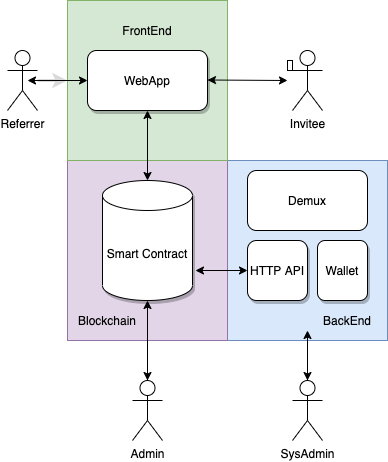
This is docs/img/services.png from edenia/proton-affiliate, a draw.io export, as it was before one commit. Source tidied: cells renumbered, new cells last; positions are measured from the earlier drawing's top-left corner, leaving out a move shared by most shapes.
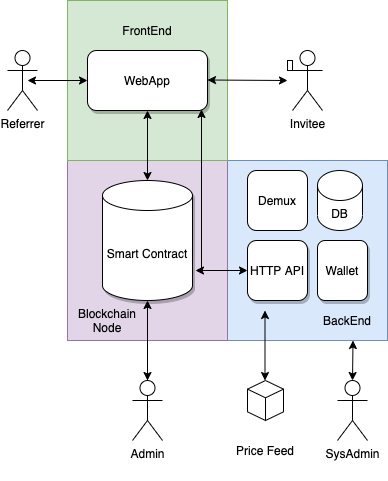
Later version of the same file.

What changed in the source:
```diff
@@ -2,9 +2,6 @@
   <root>
     <mxCell id="0" />
     <mxCell id="1" parent="0" />
-    <mxCell id="2" style="edgeStyle=orthogonalEdgeStyle;rounded=0;jettySize=auto;html=1;" parent="1" edge="1" source="3" target="23">
-      <mxGeometry relative="1" as="geometry" />
-    </mxCell>
     <mxCell id="3" style="rounded=0;whiteSpace=wrap;html=1;shadow=0;glass=0;sketch=0;fillColor=#dae8fc;strokeColor=#6c8ebf;" parent="1" vertex="1">
       <mxGeometry x="220" y="160" width="160" height="180" as="geometry" />
     </mxCell>
@@ -17,9 +14,6 @@
     <mxCell id="6" style="rounded=0;whiteSpace=wrap;html=1;shadow=0;glass=0;sketch=0;fillColor=#d5e8d4;strokeColor=#82b366;" parent="1" vertex="1">
       <mxGeometry x="60" width="160" height="160" as="geometry" />
     </mxCell>
-    <mxCell id="7" style="edgeStyle=orthogonalEdgeStyle;rounded=0;jettySize=auto;html=1;strokeColor=#D9D9D9;strokeWidth=3;" parent="1" edge="1" source="8" target="6">
-      <mxGeometry relative="1" as="geometry" />
-    </mxCell>
     <mxCell id="8" value="Referrer" style="shape=umlActor;verticalLabelPosition=bottom;verticalAlign=top;html=1;outlineConnect=0;" parent="1" vertex="1">
       <mxGeometry y="50" width="30" height="60" as="geometry" />
     </mxCell>
@@ -49,7 +43,7 @@
         <mxPoint x="280" y="80" as="targetPoint" />
       </mxGeometry>
     </mxCell>
-    <mxCell id="16" value="Blockchain" style="text;html=1;strokeColor=none;fillColor=none;align=center;verticalAlign=middle;whiteSpace=wrap;rounded=0;shadow=0;glass=0;sketch=0;" parent="1" vertex="1">
+    <mxCell id="16" value="Blockchain Node" style="text;html=1;strokeColor=none;fillColor=none;align=center;verticalAlign=middle;whiteSpace=wrap;rounded=0;shadow=0;glass=0;sketch=0;" parent="1" vertex="1">
       <mxGeometry x="80" y="310" width="40" height="20" as="geometry" />
     </mxCell>
     <mxCell id="17" value="BackEnd" style="text;html=1;strokeColor=none;fillColor=none;align=center;verticalAlign=middle;whiteSpace=wrap;rounded=0;shadow=0;glass=0;sketch=0;" parent="1" vertex="1">
@@ -67,13 +61,8 @@
     <mxCell id="21" value="Admin" style="shape=umlActor;verticalLabelPosition=bottom;verticalAlign=top;html=1;outlineConnect=0;" parent="1" vertex="1">
       <mxGeometry x="125" y="380" width="30" height="60" as="geometry" />
     </mxCell>
-    <mxCell id="22" style="edgeStyle=orthogonalEdgeStyle;rounded=0;jettySize=auto;html=1;exitX=0.5;exitY=0.5;exitDx=0;exitDy=0;exitPerimeter=0;" parent="1" edge="1" source="23">
-      <mxGeometry relative="1" as="geometry">
-        <mxPoint x="300" y="330" as="targetPoint" />
-      </mxGeometry>
-    </mxCell>
     <mxCell id="23" value="SysAdmin" style="shape=umlActor;verticalLabelPosition=bottom;verticalAlign=top;html=1;outlineConnect=0;" parent="1" vertex="1">
-      <mxGeometry x="285" y="380" width="30" height="60" as="geometry" />
+      <mxGeometry x="330" y="380" width="30" height="60" as="geometry" />
     </mxCell>
     <mxCell id="24" style="endArrow=classic;startArrow=classic;html=1;strokeColor=#000000;" parent="1" edge="1">
       <mxGeometry relative="1" as="geometry">
@@ -85,7 +74,32 @@
       <mxGeometry x="280" y="60" width="5" height="10" as="geometry" />
     </mxCell>
     <mxCell id="26" value="Demux" style="rounded=1;whiteSpace=wrap;html=1;" parent="1" vertex="1">
-      <mxGeometry x="240" y="170" width="120" height="60" as="geometry" />
+      <mxGeometry x="240" y="170" width="60" height="60" as="geometry" />
     </mxCell>
+    <mxCell id="27" style="endArrow=classic;startArrow=classic;html=1;exitX=0.5;exitY=0;exitDx=0;exitDy=0;" parent="1" edge="1">
+      <mxGeometry relative="1" as="geometry">
+        <mxPoint x="257.5" y="380" as="sourcePoint" />
+        <mxPoint x="257.5" y="310" as="targetPoint" />
+      </mxGeometry>
+    </mxCell>
+    <mxCell id="28" style="html=1;whiteSpace=wrap;shape=isoCube2;backgroundOutline=1;isoAngle=15;" parent="1" vertex="1">
+      <mxGeometry x="240" y="380" width="36" height="40" as="geometry" />
+    </mxCell>
+    <mxCell id="29" style="endArrow=classic;startArrow=classic;html=1;entryX=0.819;entryY=0.994;entryDx=0;entryDy=0;entryPerimeter=0;exitX=0.5;exitY=0;exitDx=0;exitDy=0;exitPerimeter=0;" parent="1" edge="1" source="23">
+      <mxGeometry relative="1" as="geometry">
+        <mxPoint x="345.5" y="340" as="targetPoint" />
+      </mxGeometry>
+    </mxCell>
+    <mxCell id="30" value="Price Feed" style="text;html=1;strokeColor=none;fillColor=none;align=center;verticalAlign=middle;whiteSpace=wrap;rounded=0;shadow=0;glass=0;sketch=0;" parent="1" vertex="1">
+      <mxGeometry x="224" y="420" width="68" height="60" as="geometry" />
+    </mxCell>
+    <mxCell id="31" value="DB" style="shape=cylinder3;whiteSpace=wrap;html=1;boundedLbl=1;backgroundOutline=1;size=15;" parent="1" vertex="1">
+      <mxGeometry x="310" y="170" width="45" height="60" as="geometry" />
+    </mxCell>
+    <mxCell id="32" style="endArrow=classic;html=1;entryX=0.95;entryY=0.983;entryDx=0;entryDy=0;entryPerimeter=0;" parent="1" edge="1" target="10">
+      <mxGeometry relative="1" as="geometry">
+        <mxPoint x="194" y="270" as="sourcePoint" />
+      </mxGeometry>
+    </mxCell>
   </root>
 </mxGraphModel>
```
